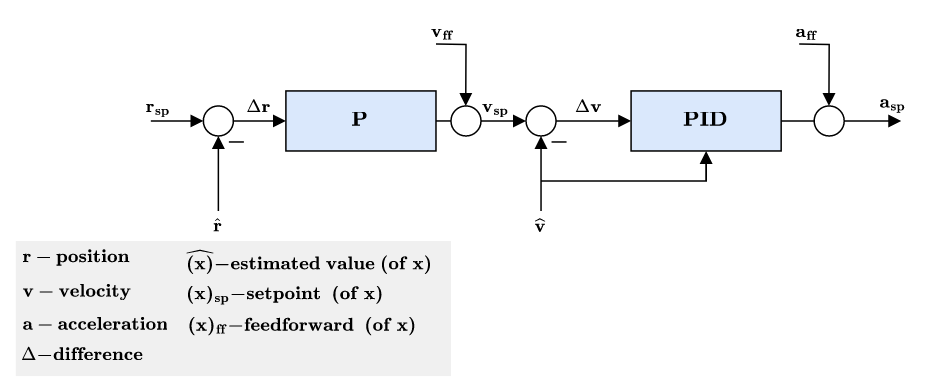
Above: assets/diagrams/mc_combined_position_velocity_controller_diagram.png in PX4/PX4-user_guide (draw.io), before the change. Source tidied: cells renumbered, new cells last; positions are measured from the earlier drawing's top-left corner, leaving out a move shared by most shapes. Its diagram source:
```xml
<mxGraphModel math="1">
  <root>
    <mxCell id="0" />
    <mxCell id="1" parent="0" />
    <mxCell id="2" style="endArrow=block;html=1;rounded=0;endFill=1;startArrow=none;" parent="1" edge="1" source="36">
      <mxGeometry relative="1" as="geometry">
        <mxPoint x="340" y="70" as="targetPoint" />
      </mxGeometry>
    </mxCell>
    <mxCell id="3" style="endArrow=block;html=1;rounded=0;endFill=1;" parent="1" edge="1" target="4">
      <mxGeometry relative="1" as="geometry">
        <mxPoint x="350" y="130" as="sourcePoint" />
      </mxGeometry>
    </mxCell>
    <mxCell id="4" style="ellipse;whiteSpace=wrap;html=1;" parent="1" vertex="1">
      <mxGeometry x="340" y="60" width="20" height="20" as="geometry" />
    </mxCell>
    <mxCell id="5" style="endArrow=block;html=1;rounded=0;exitX=1;exitY=0.5;exitDx=0;exitDy=0;entryX=0;entryY=0.5;entryDx=0;entryDy=0;endFill=1;" parent="1" edge="1" source="4" target="6">
      <mxGeometry relative="1" as="geometry" />
    </mxCell>
    <mxCell id="6" value="\(\mathbf{PID}\)" style="rounded=0;whiteSpace=wrap;html=1;fillColor=#dae8fc;strokeColor=#000000;" parent="1" vertex="1">
      <mxGeometry x="410" y="50" width="100" height="40" as="geometry" />
    </mxCell>
    <mxCell id="7" style="endArrow=none;html=1;rounded=0;" parent="1" edge="1">
      <mxGeometry relative="1" as="geometry">
        <mxPoint x="367" y="84" as="sourcePoint" />
        <mxPoint x="357" y="84" as="targetPoint" />
      </mxGeometry>
    </mxCell>
    <mxCell id="8" value="&lt;div&gt;\(\Delta \mathbf{v}\)&lt;/div&gt;" style="text;html=1;strokeColor=none;fillColor=none;align=center;verticalAlign=middle;whiteSpace=wrap;rounded=0;fontFamily=Garamond;fontSize=12;" parent="1" vertex="1">
      <mxGeometry x="357" y="50" width="50" height="22.5" as="geometry" />
    </mxCell>
    <mxCell id="9" value="&lt;div&gt;\(\widehat{ \mathbf{v}}\)&lt;/div&gt;" style="text;html=1;strokeColor=none;fillColor=none;align=center;verticalAlign=middle;whiteSpace=wrap;rounded=0;fontFamily=Garamond;fontSize=12;" parent="1" vertex="1">
      <mxGeometry x="325" y="130" width="50" height="22.5" as="geometry" />
    </mxCell>
    <mxCell id="10" style="endArrow=block;html=1;rounded=0;endFill=1;exitX=1;exitY=0.5;exitDx=0;exitDy=0;" parent="1" edge="1">
      <mxGeometry relative="1" as="geometry">
        <mxPoint x="280" y="18.8" as="sourcePoint" />
        <mxPoint x="299.8" y="60" as="targetPoint" />
        <Array as="points">
          <mxPoint x="300" y="19" />
        </Array>
      </mxGeometry>
    </mxCell>
    <mxCell id="11" style="endArrow=block;html=1;rounded=0;fontFamily=Times New Roman;fontSize=12;exitX=1;exitY=0.5;exitDx=0;exitDy=0;endFill=1;startArrow=none;" parent="1" edge="1" source="19">
      <mxGeometry relative="1" as="geometry">
        <mxPoint x="590" y="70" as="targetPoint" />
      </mxGeometry>
    </mxCell>
    <mxCell id="12" value="&lt;div&gt;\(\mathbf{a_{sp}}\)&lt;/div&gt;" style="text;html=1;strokeColor=none;fillColor=none;align=center;verticalAlign=middle;whiteSpace=wrap;rounded=0;fontFamily=Garamond;fontSize=12;" parent="1" vertex="1">
      <mxGeometry x="560" y="46.2" width="50" height="22.5" as="geometry" />
    </mxCell>
    <mxCell id="13" value="\(\mathbf{P}\)" style="rounded=0;whiteSpace=wrap;html=1;fillColor=#dae8fc;strokeColor=#000000;" parent="1" vertex="1">
      <mxGeometry x="180" y="50" width="100" height="40" as="geometry" />
    </mxCell>
    <mxCell id="14" style="endArrow=block;html=1;rounded=0;endFill=1;" parent="1" edge="1" target="15">
      <mxGeometry relative="1" as="geometry">
        <mxPoint x="135" y="130" as="sourcePoint" />
      </mxGeometry>
    </mxCell>
    <mxCell id="15" style="ellipse;whiteSpace=wrap;html=1;" parent="1" vertex="1">
      <mxGeometry x="125" y="60" width="20" height="20" as="geometry" />
    </mxCell>
    <mxCell id="16" style="endArrow=none;html=1;rounded=0;" parent="1" edge="1">
      <mxGeometry relative="1" as="geometry">
        <mxPoint x="152" y="84" as="sourcePoint" />
        <mxPoint x="142" y="84" as="targetPoint" />
      </mxGeometry>
    </mxCell>
    <mxCell id="17" value="&lt;div&gt;\(\widehat{ \mathbf{r}}\)&lt;/div&gt;" style="text;html=1;strokeColor=none;fillColor=none;align=center;verticalAlign=middle;whiteSpace=wrap;rounded=0;fontFamily=Garamond;fontSize=12;" parent="1" vertex="1">
      <mxGeometry x="110" y="130" width="50" height="22.5" as="geometry" />
    </mxCell>
    <mxCell id="18" value="&lt;div&gt;\({ \mathbf{r}}_{\mathbf{sp}}\)&lt;/div&gt;" style="text;html=1;strokeColor=none;fillColor=none;align=center;verticalAlign=middle;whiteSpace=wrap;rounded=0;fontFamily=Garamond;fontSize=12;" parent="1" vertex="1">
      <mxGeometry x="70" y="50" width="50" height="22.5" as="geometry" />
    </mxCell>
    <mxCell id="19" style="ellipse;whiteSpace=wrap;html=1;" parent="1" vertex="1">
      <mxGeometry x="532" y="60" width="20" height="20" as="geometry" />
    </mxCell>
    <mxCell id="20" style="endArrow=none;html=1;rounded=0;fontFamily=Times New Roman;fontSize=12;entryX=0;entryY=0.5;entryDx=0;entryDy=0;exitX=1;exitY=0.5;exitDx=0;exitDy=0;endFill=1;" parent="1" edge="1" source="6" target="19">
      <mxGeometry relative="1" as="geometry" />
    </mxCell>
    <mxCell id="21" value="&lt;div&gt;\(\Delta \mathbf{r}\)&lt;/div&gt;" style="text;html=1;strokeColor=none;fillColor=none;align=center;verticalAlign=middle;whiteSpace=wrap;rounded=0;fontFamily=Garamond;fontSize=12;" parent="1" vertex="1">
      <mxGeometry x="137" y="50" width="50" height="22.5" as="geometry" />
    </mxCell>
    <mxCell id="22" value="&lt;div&gt;\( \mathbf{v}_{\mathbf{sp}}\)&lt;/div&gt;" style="text;html=1;strokeColor=none;fillColor=none;align=center;verticalAlign=middle;whiteSpace=wrap;rounded=0;fontFamily=Garamond;fontSize=12;" parent="1" vertex="1">
      <mxGeometry x="295" y="50" width="50" height="22.5" as="geometry" />
    </mxCell>
    <mxCell id="23" value="&lt;div&gt;\( \mathbf{a_{ff}}\)&lt;/div&gt;" style="text;html=1;strokeColor=none;fillColor=none;align=center;verticalAlign=middle;whiteSpace=wrap;rounded=0;fontFamily=Garamond;fontSize=12;" parent="1" vertex="1">
      <mxGeometry x="502" width="50" height="22.5" as="geometry" />
    </mxCell>
    <mxCell id="24" value="&lt;div&gt;\( \mathbf{v}_{\mathbf{ff}}\)&lt;/div&gt;" style="text;html=1;strokeColor=none;fillColor=none;align=center;verticalAlign=middle;whiteSpace=wrap;rounded=0;fontFamily=Garamond;fontSize=12;" parent="1" vertex="1">
      <mxGeometry x="260" width="50" height="22.5" as="geometry" />
    </mxCell>
    <mxCell id="25" style="endArrow=block;html=1;rounded=0;endFill=1;exitX=1;exitY=0.5;exitDx=0;exitDy=0;" parent="1" edge="1">
      <mxGeometry relative="1" as="geometry">
        <mxPoint x="522" y="18.8" as="sourcePoint" />
        <mxPoint x="541.8" y="60" as="targetPoint" />
        <Array as="points">
          <mxPoint x="542" y="19" />
        </Array>
      </mxGeometry>
    </mxCell>
    <mxCell id="26" value="&lt;div align=&quot;left&quot;&gt;&lt;br&gt;&lt;/div&gt;" style="rounded=0;whiteSpace=wrap;html=1;fontFamily=Times New Roman;fontSize=12;strokeColor=none;fillColor=#F0F0F0;" parent="1" vertex="1">
      <mxGeometry y="150" width="290" height="90" as="geometry" />
    </mxCell>
    <mxCell id="27" value="&lt;div&gt;\({ \mathbf{r - position}}\)&lt;/div&gt;" style="text;html=1;strokeColor=none;fillColor=none;align=center;verticalAlign=middle;whiteSpace=wrap;rounded=0;fontFamily=Garamond;fontSize=12;" parent="1" vertex="1">
      <mxGeometry x="6" y="150" width="70" height="22.5" as="geometry" />
    </mxCell>
    <mxCell id="28" value="&lt;div&gt;\({ \mathbf{v - velocity}}\)&lt;/div&gt;" style="text;html=1;strokeColor=none;fillColor=none;align=center;verticalAlign=middle;whiteSpace=wrap;rounded=0;fontFamily=Garamond;fontSize=12;" parent="1" vertex="1">
      <mxGeometry x="6" y="172.5" width="70" height="22.5" as="geometry" />
    </mxCell>
    <mxCell id="29" value="&lt;div&gt;\({ \mathbf{a - acceleration}}\)&lt;/div&gt;" style="text;html=1;strokeColor=none;fillColor=none;align=center;verticalAlign=middle;whiteSpace=wrap;rounded=0;fontFamily=Garamond;fontSize=12;" parent="1" vertex="1">
      <mxGeometry x="18" y="195" width="70" height="22.5" as="geometry" />
    </mxCell>
    <mxCell id="30" value="&lt;div&gt;\({ \Delta \mathbf{-difference}}\)&lt;/div&gt;" style="text;html=1;strokeColor=none;fillColor=none;align=center;verticalAlign=middle;whiteSpace=wrap;rounded=0;fontFamily=Garamond;fontSize=12;" parent="1" vertex="1">
      <mxGeometry x="10" y="214.5" width="70" height="22.5" as="geometry" />
    </mxCell>
    <mxCell id="31" value="&lt;div&gt;\(\widehat{ \mathbf{(x)}} \mathbf{ - estimated\; value\;(of\; x)}\)&lt;/div&gt;" style="text;html=1;strokeColor=none;fillColor=none;align=center;verticalAlign=middle;whiteSpace=wrap;rounded=0;fontFamily=Garamond;fontSize=12;" parent="1" vertex="1">
      <mxGeometry x="161" y="152.5" width="70" height="22.5" as="geometry" />
    </mxCell>
    <mxCell id="32" value="&lt;div&gt;\({ \mathbf{(x)_{sp}}} \mathbf{- setpoint\; \;(of\; x)}\)&lt;/div&gt;" style="text;html=1;strokeColor=none;fillColor=none;align=center;verticalAlign=middle;whiteSpace=wrap;rounded=0;fontFamily=Garamond;fontSize=12;" parent="1" vertex="1">
      <mxGeometry x="145" y="180" width="70" height="12.5" as="geometry" />
    </mxCell>
    <mxCell id="33" value="&lt;div&gt;\({ \mathbf{(x)_{ff}}} \mathbf{- feed forward\; \;(of\; x)}\)&lt;/div&gt;" style="text;html=1;strokeColor=none;fillColor=none;align=center;verticalAlign=middle;whiteSpace=wrap;rounded=0;fontFamily=Garamond;fontSize=12;" parent="1" vertex="1">
      <mxGeometry x="156" y="195.5" width="70" height="22.5" as="geometry" />
    </mxCell>
    <mxCell id="34" style="endArrow=block;html=1;rounded=0;exitX=1;exitY=0.5;exitDx=0;exitDy=0;endFill=1;entryX=0;entryY=0.5;entryDx=0;entryDy=0;" parent="1" edge="1" source="15" target="13">
      <mxGeometry relative="1" as="geometry" />
    </mxCell>
    <mxCell id="35" style="endArrow=block;html=1;rounded=0;entryX=0;entryY=0.5;entryDx=0;entryDy=0;endFill=1;" parent="1" edge="1" target="15">
      <mxGeometry relative="1" as="geometry">
        <mxPoint x="90" y="70" as="sourcePoint" />
      </mxGeometry>
    </mxCell>
    <mxCell id="36" style="ellipse;whiteSpace=wrap;html=1;" parent="1" vertex="1">
      <mxGeometry x="290" y="60" width="20" height="20" as="geometry" />
    </mxCell>
    <mxCell id="37" style="endArrow=none;html=1;rounded=0;endFill=1;" parent="1" edge="1" target="36">
      <mxGeometry relative="1" as="geometry">
        <mxPoint x="280" y="70" as="sourcePoint" />
      </mxGeometry>
    </mxCell>
    <mxCell id="38" style="endArrow=block;html=1;rounded=0;entryX=0.5;entryY=1;entryDx=0;entryDy=0;endFill=1;" parent="1" edge="1" target="6">
      <mxGeometry relative="1" as="geometry">
        <mxPoint x="350" y="110" as="sourcePoint" />
        <Array as="points">
          <mxPoint x="460" y="110" />
        </Array>
      </mxGeometry>
    </mxCell>
  </root>
</mxGraphModel>
```
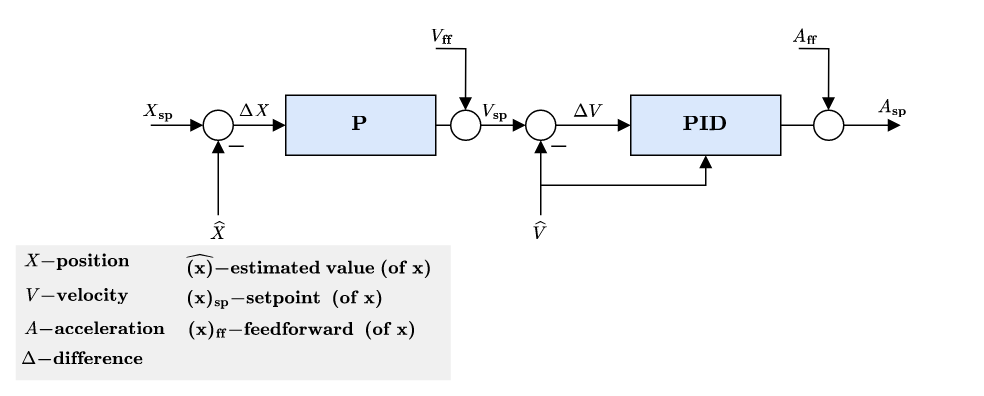
Later version of the same file.

Commit message:
reworked mc_combined_position_velocity_controller_diagram - now with position X, velocity V, acceleration A

Diff of the diagram source:
```diff
@@ -27,10 +27,10 @@
         <mxPoint x="357" y="84" as="targetPoint" />
       </mxGeometry>
     </mxCell>
-    <mxCell id="8" value="&lt;div&gt;\(\Delta \mathbf{v}\)&lt;/div&gt;" style="text;html=1;strokeColor=none;fillColor=none;align=center;verticalAlign=middle;whiteSpace=wrap;rounded=0;fontFamily=Garamond;fontSize=12;" parent="1" vertex="1">
+    <mxCell id="8" value="&lt;div&gt;\(\Delta V\)&lt;/div&gt;" style="text;html=1;strokeColor=none;fillColor=none;align=center;verticalAlign=middle;whiteSpace=wrap;rounded=0;fontFamily=Garamond;fontSize=12;" parent="1" vertex="1">
       <mxGeometry x="357" y="50" width="50" height="22.5" as="geometry" />
     </mxCell>
-    <mxCell id="9" value="&lt;div&gt;\(\widehat{ \mathbf{v}}\)&lt;/div&gt;" style="text;html=1;strokeColor=none;fillColor=none;align=center;verticalAlign=middle;whiteSpace=wrap;rounded=0;fontFamily=Garamond;fontSize=12;" parent="1" vertex="1">
+    <mxCell id="9" value="&lt;div&gt;\(\widehat{ V}\)&lt;/div&gt;" style="text;html=1;strokeColor=none;fillColor=none;align=center;verticalAlign=middle;whiteSpace=wrap;rounded=0;fontFamily=Garamond;fontSize=12;" parent="1" vertex="1">
       <mxGeometry x="325" y="130" width="50" height="22.5" as="geometry" />
     </mxCell>
     <mxCell id="10" style="endArrow=block;html=1;rounded=0;endFill=1;exitX=1;exitY=0.5;exitDx=0;exitDy=0;" parent="1" edge="1">
@@ -47,7 +47,7 @@
         <mxPoint x="590" y="70" as="targetPoint" />
       </mxGeometry>
     </mxCell>
-    <mxCell id="12" value="&lt;div&gt;\(\mathbf{a_{sp}}\)&lt;/div&gt;" style="text;html=1;strokeColor=none;fillColor=none;align=center;verticalAlign=middle;whiteSpace=wrap;rounded=0;fontFamily=Garamond;fontSize=12;" parent="1" vertex="1">
+    <mxCell id="12" value="&lt;div&gt;\(A\mathbf{_{sp}}\)&lt;/div&gt;" style="text;html=1;strokeColor=none;fillColor=none;align=center;verticalAlign=middle;whiteSpace=wrap;rounded=0;fontFamily=Garamond;fontSize=12;" parent="1" vertex="1">
       <mxGeometry x="560" y="46.2" width="50" height="22.5" as="geometry" />
     </mxCell>
     <mxCell id="13" value="\(\mathbf{P}\)" style="rounded=0;whiteSpace=wrap;html=1;fillColor=#dae8fc;strokeColor=#000000;" parent="1" vertex="1">
@@ -67,10 +67,10 @@
         <mxPoint x="142" y="84" as="targetPoint" />
       </mxGeometry>
     </mxCell>
-    <mxCell id="17" value="&lt;div&gt;\(\widehat{ \mathbf{r}}\)&lt;/div&gt;" style="text;html=1;strokeColor=none;fillColor=none;align=center;verticalAlign=middle;whiteSpace=wrap;rounded=0;fontFamily=Garamond;fontSize=12;" parent="1" vertex="1">
+    <mxCell id="17" value="&lt;div&gt;\(\widehat{ X}\)&lt;/div&gt;" style="text;html=1;strokeColor=none;fillColor=none;align=center;verticalAlign=middle;whiteSpace=wrap;rounded=0;fontFamily=Garamond;fontSize=12;" parent="1" vertex="1">
       <mxGeometry x="110" y="130" width="50" height="22.5" as="geometry" />
     </mxCell>
-    <mxCell id="18" value="&lt;div&gt;\({ \mathbf{r}}_{\mathbf{sp}}\)&lt;/div&gt;" style="text;html=1;strokeColor=none;fillColor=none;align=center;verticalAlign=middle;whiteSpace=wrap;rounded=0;fontFamily=Garamond;fontSize=12;" parent="1" vertex="1">
+    <mxCell id="18" value="&lt;div&gt;\({ {X}}_{\mathbf{sp}}\)&lt;/div&gt;" style="text;html=1;strokeColor=none;fillColor=none;align=center;verticalAlign=middle;whiteSpace=wrap;rounded=0;fontFamily=Garamond;fontSize=12;" parent="1" vertex="1">
       <mxGeometry x="70" y="50" width="50" height="22.5" as="geometry" />
     </mxCell>
     <mxCell id="19" style="ellipse;whiteSpace=wrap;html=1;" parent="1" vertex="1">
@@ -79,16 +79,16 @@
     <mxCell id="20" style="endArrow=none;html=1;rounded=0;fontFamily=Times New Roman;fontSize=12;entryX=0;entryY=0.5;entryDx=0;entryDy=0;exitX=1;exitY=0.5;exitDx=0;exitDy=0;endFill=1;" parent="1" edge="1" source="6" target="19">
       <mxGeometry relative="1" as="geometry" />
     </mxCell>
-    <mxCell id="21" value="&lt;div&gt;\(\Delta \mathbf{r}\)&lt;/div&gt;" style="text;html=1;strokeColor=none;fillColor=none;align=center;verticalAlign=middle;whiteSpace=wrap;rounded=0;fontFamily=Garamond;fontSize=12;" parent="1" vertex="1">
-      <mxGeometry x="137" y="50" width="50" height="22.5" as="geometry" />
+    <mxCell id="21" value="&lt;div&gt;\(\Delta X\)&lt;/div&gt;" style="text;html=1;strokeColor=none;fillColor=none;align=center;verticalAlign=middle;whiteSpace=wrap;rounded=0;fontFamily=Garamond;fontSize=12;" parent="1" vertex="1">
+      <mxGeometry x="134" y="50" width="50" height="22.5" as="geometry" />
     </mxCell>
-    <mxCell id="22" value="&lt;div&gt;\( \mathbf{v}_{\mathbf{sp}}\)&lt;/div&gt;" style="text;html=1;strokeColor=none;fillColor=none;align=center;verticalAlign=middle;whiteSpace=wrap;rounded=0;fontFamily=Garamond;fontSize=12;" parent="1" vertex="1">
+    <mxCell id="22" value="&lt;div&gt;\( V_{\mathbf{sp}}\)&lt;/div&gt;" style="text;html=1;strokeColor=none;fillColor=none;align=center;verticalAlign=middle;whiteSpace=wrap;rounded=0;fontFamily=Garamond;fontSize=12;" parent="1" vertex="1">
       <mxGeometry x="295" y="50" width="50" height="22.5" as="geometry" />
     </mxCell>
-    <mxCell id="23" value="&lt;div&gt;\( \mathbf{a_{ff}}\)&lt;/div&gt;" style="text;html=1;strokeColor=none;fillColor=none;align=center;verticalAlign=middle;whiteSpace=wrap;rounded=0;fontFamily=Garamond;fontSize=12;" parent="1" vertex="1">
+    <mxCell id="23" value="&lt;div&gt;\( A\mathbf{_{ff}}\)&lt;/div&gt;" style="text;html=1;strokeColor=none;fillColor=none;align=center;verticalAlign=middle;whiteSpace=wrap;rounded=0;fontFamily=Garamond;fontSize=12;" parent="1" vertex="1">
       <mxGeometry x="502" width="50" height="22.5" as="geometry" />
     </mxCell>
-    <mxCell id="24" value="&lt;div&gt;\( \mathbf{v}_{\mathbf{ff}}\)&lt;/div&gt;" style="text;html=1;strokeColor=none;fillColor=none;align=center;verticalAlign=middle;whiteSpace=wrap;rounded=0;fontFamily=Garamond;fontSize=12;" parent="1" vertex="1">
+    <mxCell id="24" value="&lt;div&gt;\( V_{\mathbf{ff}}\)&lt;/div&gt;" style="text;html=1;strokeColor=none;fillColor=none;align=center;verticalAlign=middle;whiteSpace=wrap;rounded=0;fontFamily=Garamond;fontSize=12;" parent="1" vertex="1">
       <mxGeometry x="260" width="50" height="22.5" as="geometry" />
     </mxCell>
     <mxCell id="25" style="endArrow=block;html=1;rounded=0;endFill=1;exitX=1;exitY=0.5;exitDx=0;exitDy=0;" parent="1" edge="1">
@@ -103,13 +103,13 @@
     <mxCell id="26" value="&lt;div align=&quot;left&quot;&gt;&lt;br&gt;&lt;/div&gt;" style="rounded=0;whiteSpace=wrap;html=1;fontFamily=Times New Roman;fontSize=12;strokeColor=none;fillColor=#F0F0F0;" parent="1" vertex="1">
       <mxGeometry y="150" width="290" height="90" as="geometry" />
     </mxCell>
-    <mxCell id="27" value="&lt;div&gt;\({ \mathbf{r - position}}\)&lt;/div&gt;" style="text;html=1;strokeColor=none;fillColor=none;align=center;verticalAlign=middle;whiteSpace=wrap;rounded=0;fontFamily=Garamond;fontSize=12;" parent="1" vertex="1">
+    <mxCell id="27" value="&lt;div&gt;\({ X\mathbf{ - position}}\)&lt;/div&gt;" style="text;html=1;strokeColor=none;fillColor=none;align=center;verticalAlign=middle;whiteSpace=wrap;rounded=0;fontFamily=Garamond;fontSize=12;" parent="1" vertex="1">
       <mxGeometry x="6" y="150" width="70" height="22.5" as="geometry" />
     </mxCell>
-    <mxCell id="28" value="&lt;div&gt;\({ \mathbf{v - velocity}}\)&lt;/div&gt;" style="text;html=1;strokeColor=none;fillColor=none;align=center;verticalAlign=middle;whiteSpace=wrap;rounded=0;fontFamily=Garamond;fontSize=12;" parent="1" vertex="1">
+    <mxCell id="28" value="&lt;div&gt;\({ V\mathbf{ - velocity}}\)&lt;/div&gt;" style="text;html=1;strokeColor=none;fillColor=none;align=center;verticalAlign=middle;whiteSpace=wrap;rounded=0;fontFamily=Garamond;fontSize=12;" parent="1" vertex="1">
       <mxGeometry x="6" y="172.5" width="70" height="22.5" as="geometry" />
     </mxCell>
-    <mxCell id="29" value="&lt;div&gt;\({ \mathbf{a - acceleration}}\)&lt;/div&gt;" style="text;html=1;strokeColor=none;fillColor=none;align=center;verticalAlign=middle;whiteSpace=wrap;rounded=0;fontFamily=Garamond;fontSize=12;" parent="1" vertex="1">
+    <mxCell id="29" value="&lt;div&gt;\({ A\mathbf{ - acceleration}}\)&lt;/div&gt;" style="text;html=1;strokeColor=none;fillColor=none;align=center;verticalAlign=middle;whiteSpace=wrap;rounded=0;fontFamily=Garamond;fontSize=12;" parent="1" vertex="1">
       <mxGeometry x="18" y="195" width="70" height="22.5" as="geometry" />
     </mxCell>
     <mxCell id="30" value="&lt;div&gt;\({ \Delta \mathbf{-difference}}\)&lt;/div&gt;" style="text;html=1;strokeColor=none;fillColor=none;align=center;verticalAlign=middle;whiteSpace=wrap;rounded=0;fontFamily=Garamond;fontSize=12;" parent="1" vertex="1">
```
